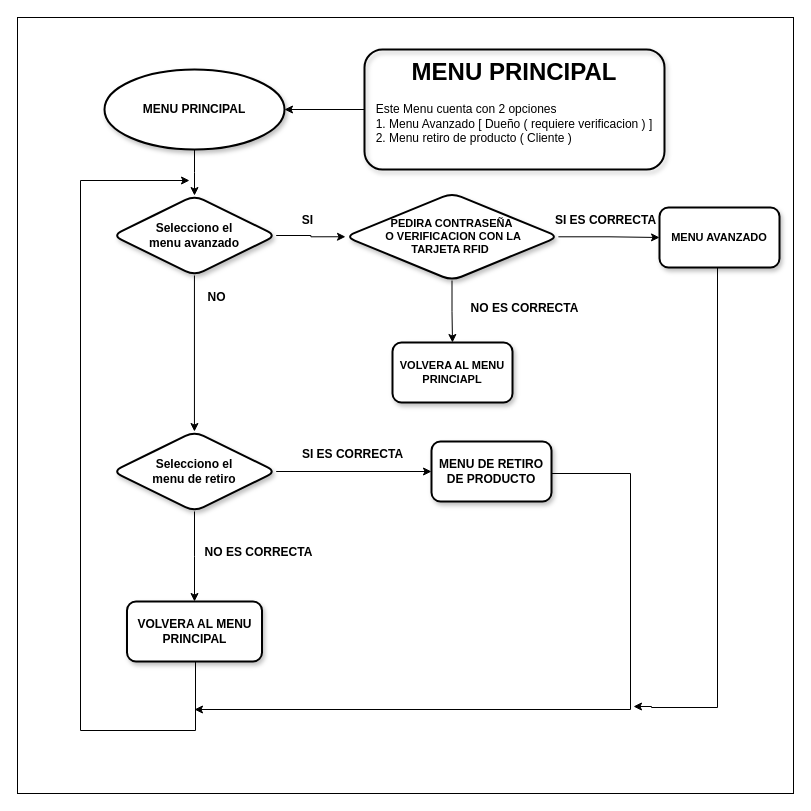
The draw.io diagram page "Página-1" (1 of 4) of DIAGRAMA DE MENU PRINCIPAL.drawio in JoseRizo76/esp32, before the edit. Source tidied: cells renumbered, new cells numbered last; positions are measured from the earlier drawing's top-left corner, leaving out a move shared by most shapes. Both pictures are drawn from the tidied source at 100%, with x=0, y=0 at pixel (17, 17).
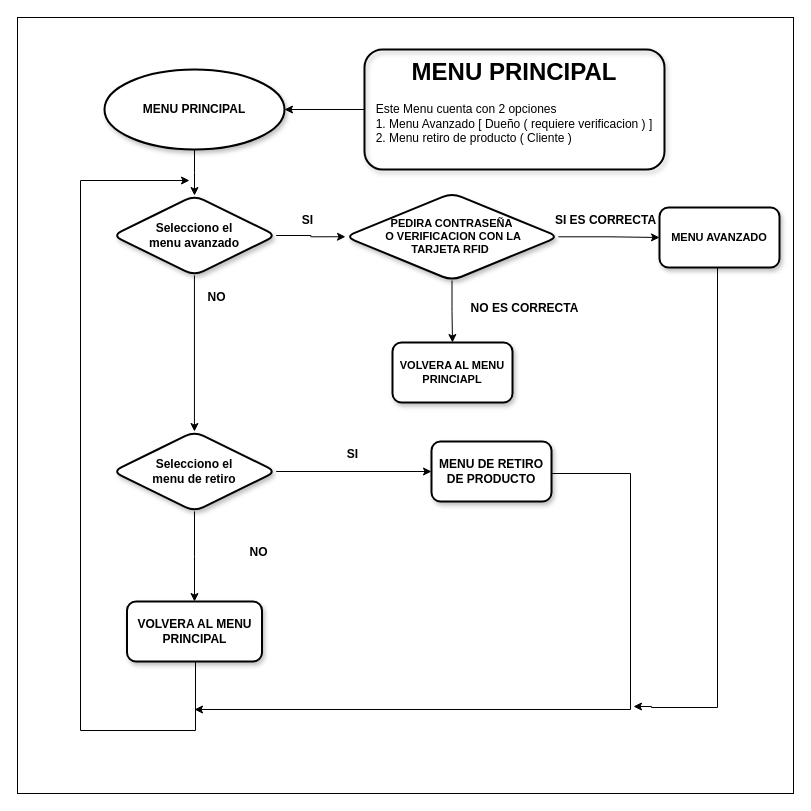
Above is the later version.

Diff of the diagram source:
```diff
@@
-    <mxCell id="27" value="&lt;b&gt;NO ES CORRECTA&lt;/b&gt;" style="text;html=1;align=center;verticalAlign=middle;strokeColor=none;fillColor=none;" parent="1" vertex="1">
-      <mxGeometry x="178" y="522" width="126" height="26" as="geometry" />
+    <mxCell id="27" value="&lt;b&gt;NO&lt;/b&gt;" style="text;html=1;align=center;verticalAlign=middle;strokeColor=none;fillColor=none;" parent="1" vertex="1">
+      <mxGeometry x="223" y="522" width="36" height="26" as="geometry" />
     </mxCell>
-    <mxCell id="28" value="SI ES CORRECTA" style="text;html=1;align=center;verticalAlign=middle;strokeColor=none;fillColor=none;fontStyle=1;" parent="1" vertex="1">
-      <mxGeometry x="275" y="424" width="119" height="26" as="geometry" />
+    <mxCell id="28" value="SI" style="text;html=1;align=center;verticalAlign=middle;strokeColor=none;fillColor=none;fontStyle=1;" parent="1" vertex="1">
+      <mxGeometry x="320" y="424" width="29" height="26" as="geometry" />
     </mxCell>
```
